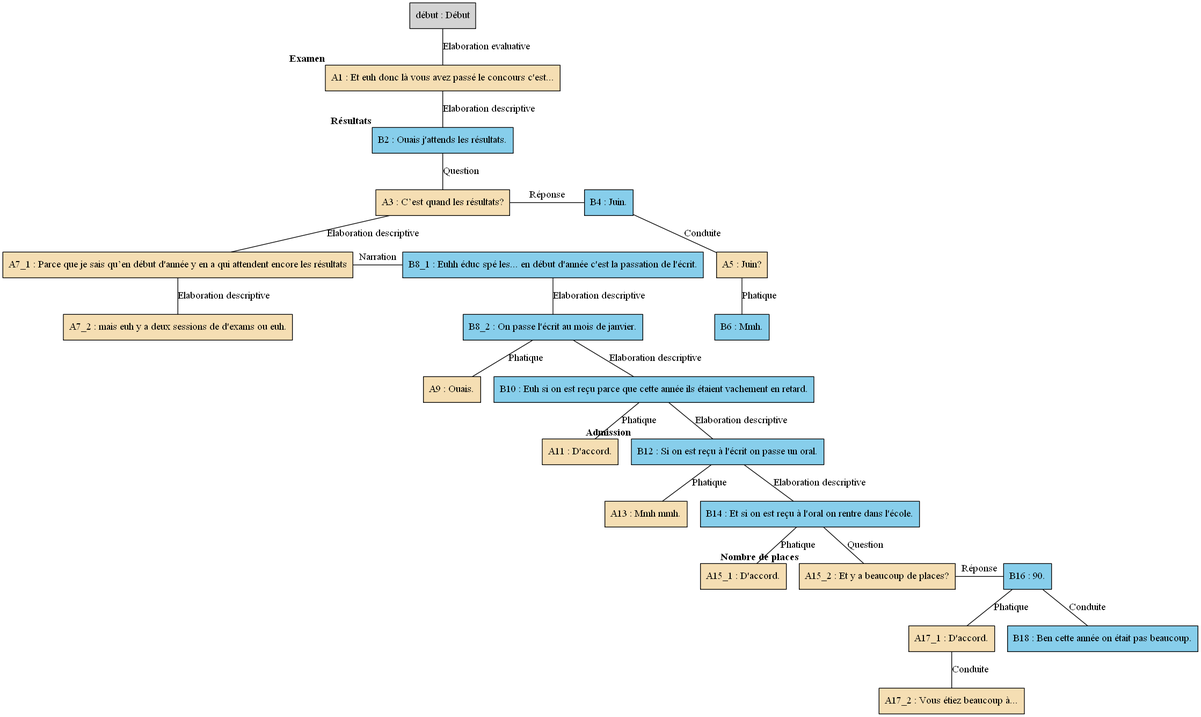
AlaixComet/AnnotationSlamPTut keeps this Graphviz diagram as arbres/Concours/Concours_-_A13.gv.png. Above is the earlier version. Its source is kept beside it as arbres/Concours/Concours_-_A13.gv.
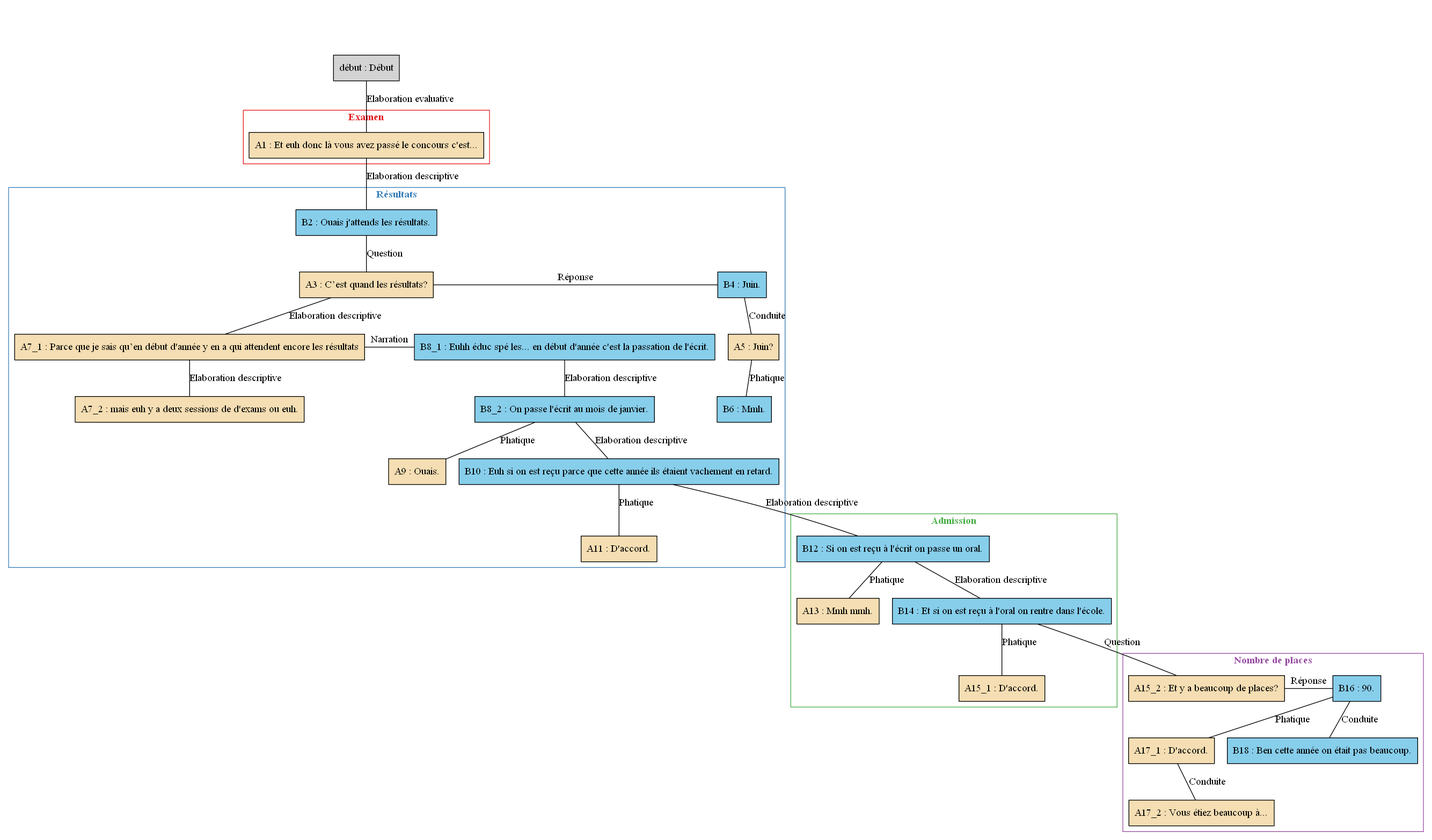
After the change.

Diff of the diagram source:
```diff
@@ -1,63 +1,100 @@
 digraph A13 {
 	node [shape=box style=filled]
-	"début" [label="début : Début" xlabel=""]
-	A1 [label="A1 : Et euh donc là vous avez passé le concours c'est..." fillcolor=wheat xlabel=<<B>Examen</B>>]
-	B2 [label="B2 : Ouais j'attends les résultats." fillcolor=skyblue xlabel=<<B>Résultats</B>>]
-	A3 [label="A3 : C’est quand les résultats?" fillcolor=wheat xlabel=""]
-	B4 [label="B4 : Juin." fillcolor=skyblue xlabel=""]
-	A5 [label="A5 : Juin?" fillcolor=wheat xlabel=""]
-	B6 [label="B6 : Mmh." fillcolor=skyblue xlabel=""]
-	A7_1 [label="A7_1 : Parce que je sais qu’en début d'année y en a qui attendent encore les résultats" fillcolor=wheat xlabel=""]
-	A7_2 [label="A7_2 : mais euh y a deux sessions de d'exams ou euh." fillcolor=wheat xlabel=""]
-	B8_1 [label="B8_1 : Euhh éduc spé les... en début d'année c'est la passation de l'écrit." fillcolor=skyblue xlabel=""]
-	B8_2 [label="B8_2 : On passe l'écrit au mois de janvier." fillcolor=skyblue xlabel=""]
-	A9 [label="A9 : Ouais." fillcolor=wheat xlabel=""]
-	B10 [label="B10 : Euh si on est reçu parce que cette année ils étaient vachement en retard." fillcolor=skyblue xlabel=""]
-	A11 [label="A11 : D'accord." fillcolor=wheat xlabel=""]
-	B12 [label="B12 : Si on est reçu à l'écrit on passe un oral." fillcolor=skyblue xlabel=<<B>Admission</B>>]
-	A13 [label="A13 : Mmh mmh." fillcolor=wheat xlabel=""]
-	B14 [label="B14 : Et si on est reçu à l'oral on rentre dans l'école." fillcolor=skyblue xlabel=""]
-	A15_1 [label="A15_1 : D'accord." fillcolor=wheat xlabel=""]
-	A15_2 [label="A15_2 : Et y a beaucoup de places?" fillcolor=wheat xlabel=<<B>Nombre de places</B>>]
-	B16 [label="B16 : 90." fillcolor=skyblue xlabel=""]
-	A17_1 [label="A17_1 : D'accord." fillcolor=wheat xlabel=""]
-	A17_2 [label="A17_2 : Vous étiez beaucoup à..." fillcolor=wheat xlabel=""]
-	B18 [label="B18 : Ben cette année on était pas beaucoup." fillcolor=skyblue xlabel=""]
-	"début" -> A1 [label="Elaboration evaluative" dir=none]
-	A1 -> B2 [label="Elaboration descriptive" dir=none]
-	B2 -> A3 [label=Question dir=none]
-	{
-		rank=same
+	newrank=true
+	zero [style=invis]
+	"début" [label="début : Début"]
+	A1 [label="A1 : Et euh donc là vous avez passé le concours c'est..." fillcolor=wheat]
+	B2 [label="B2 : Ouais j'attends les résultats." fillcolor=skyblue]
+	A3 [label="A3 : C’est quand les résultats?" fillcolor=wheat]
+	B4 [label="B4 : Juin." fillcolor=skyblue]
+	A5 [label="A5 : Juin?" fillcolor=wheat]
+	B6 [label="B6 : Mmh." fillcolor=skyblue]
+	A7_1 [label="A7_1 : Parce que je sais qu’en début d'année y en a qui attendent encore les résultats" fillcolor=wheat]
+	A7_2 [label="A7_2 : mais euh y a deux sessions de d'exams ou euh." fillcolor=wheat]
+	B8_1 [label="B8_1 : Euhh éduc spé les... en début d'année c'est la passation de l'écrit." fillcolor=skyblue]
+	B8_2 [label="B8_2 : On passe l'écrit au mois de janvier." fillcolor=skyblue]
+	A9 [label="A9 : Ouais." fillcolor=wheat]
+	B10 [label="B10 : Euh si on est reçu parce que cette année ils étaient vachement en retard." fillcolor=skyblue]
+	A11 [label="A11 : D'accord." fillcolor=wheat]
+	B12 [label="B12 : Si on est reçu à l'écrit on passe un oral." fillcolor=skyblue]
+	A13 [label="A13 : Mmh mmh." fillcolor=wheat]
+	B14 [label="B14 : Et si on est reçu à l'oral on rentre dans l'école." fillcolor=skyblue]
+	A15_1 [label="A15_1 : D'accord." fillcolor=wheat]
+	A15_2 [label="A15_2 : Et y a beaucoup de places?" fillcolor=wheat]
+	B16 [label="B16 : 90." fillcolor=skyblue]
+	A17_1 [label="A17_1 : D'accord." fillcolor=wheat]
+	A17_2 [label="A17_2 : Vous étiez beaucoup à..." fillcolor=wheat]
+	B18 [label="B18 : Ben cette année on était pas beaucoup." fillcolor=skyblue]
+	zero -> "début" [label="" style=invis]
+	"début" -> A1 [label="Elaboration evaluative" dir=none weight=2]
+	A1 -> B2 [label="Elaboration descriptive" dir=none weight=2]
+	B2 -> A3 [label=Question dir=none weight=2]
+	B2 -> B4 [style=invis weight=1]
+	A3 -> B4 [label="Réponse" constraint=false dir=none]
+	B4 -> A5 [label=Conduite dir=none weight=2]
+	A5 -> B6 [label=Phatique dir=none weight=2]
+	A3 -> A7_1 [label="Elaboration descriptive" dir=none weight=2]
+	A7_1 -> A7_2 [label="Elaboration descriptive" dir=none weight=2]
+	A3 -> B8_1 [style=invis weight=1]
+	A7_1 -> B8_1 [label=Narration constraint=false dir=none]
+	B8_1 -> B8_2 [label="Elaboration descriptive" dir=none weight=2]
+	B8_2 -> A9 [label=Phatique dir=none weight=2]
+	B8_2 -> B10 [label="Elaboration descriptive" dir=none weight=2]
+	B10 -> A11 [label=Phatique dir=none weight=2]
+	B10 -> B12 [label="Elaboration descriptive" dir=none weight=2]
+	B12 -> A13 [label=Phatique dir=none weight=2]
+	B12 -> B14 [label="Elaboration descriptive" dir=none weight=2]
+	B14 -> A15_1 [label=Phatique dir=none weight=2]
+	B14 -> A15_2 [label=Question dir=none weight=2]
+	B14 -> B16 [style=invis weight=1]
+	A15_2 -> B16 [label="Réponse" constraint=false dir=none]
+	B16 -> A17_1 [label=Phatique dir=none weight=2]
+	A17_1 -> A17_2 [label=Conduite dir=none weight=2]
+	B16 -> B18 [label=Conduite dir=none weight=2]
+	subgraph cluster_1 {
+		label=<<B>Examen</B>>
+		colorscheme=set19
+		color=1
+		fontcolor=1
+		A1
+	}
+	subgraph cluster_2 {
+		label=<<B>Résultats</B>>
+		colorscheme=set19
+		color=2
+		fontcolor=2
+		B2
 		A3
 		B4
-		A3 -> B4 [label="Réponse" dir=none]
+		A5
+		B6
+		A7_1
+		A7_2
+		B8_1
+		B8_2
+		A9
+		B10
+		A11
 	}
-	B4 -> A5 [label=Conduite dir=none]
-	A5 -> B6 [label=Phatique dir=none]
-	A3 -> A7_1 [label="Elaboration descriptive" dir=none]
-	A7_1 -> A7_2 [label="Elaboration descriptive" dir=none]
-	{
-		rank=same
-		A7_1
-		B8_1
-		A7_1 -> B8_1 [label=Narration dir=none]
+	subgraph cluster_3 {
+		label=<<B>Admission</B>>
+		colorscheme=set19
+		color=3
+		fontcolor=3
+		B12
+		A13
+		B14
+		A15_1
 	}
-	B8_1 -> B8_2 [label="Elaboration descriptive" dir=none]
-	B8_2 -> A9 [label=Phatique dir=none]
-	B8_2 -> B10 [label="Elaboration descriptive" dir=none]
-	B10 -> A11 [label=Phatique dir=none]
-	B10 -> B12 [label="Elaboration descriptive" dir=none]
-	B12 -> A13 [label=Phatique dir=none]
-	B12 -> B14 [label="Elaboration descriptive" dir=none]
-	B14 -> A15_1 [label=Phatique dir=none]
-	B14 -> A15_2 [label=Question dir=none]
-	{
-		rank=same
+	subgraph cluster_4 {
+		label=<<B>Nombre de places</B>>
+		colorscheme=set19
+		color=4
+		fontcolor=4
 		A15_2
 		B16
-		A15_2 -> B16 [label="Réponse" dir=none]
+		A17_1
+		A17_2
+		B18
 	}
-	B16 -> A17_1 [label=Phatique dir=none]
-	A17_1 -> A17_2 [label=Conduite dir=none]
-	B16 -> B18 [label=Conduite dir=none]
 }
```
